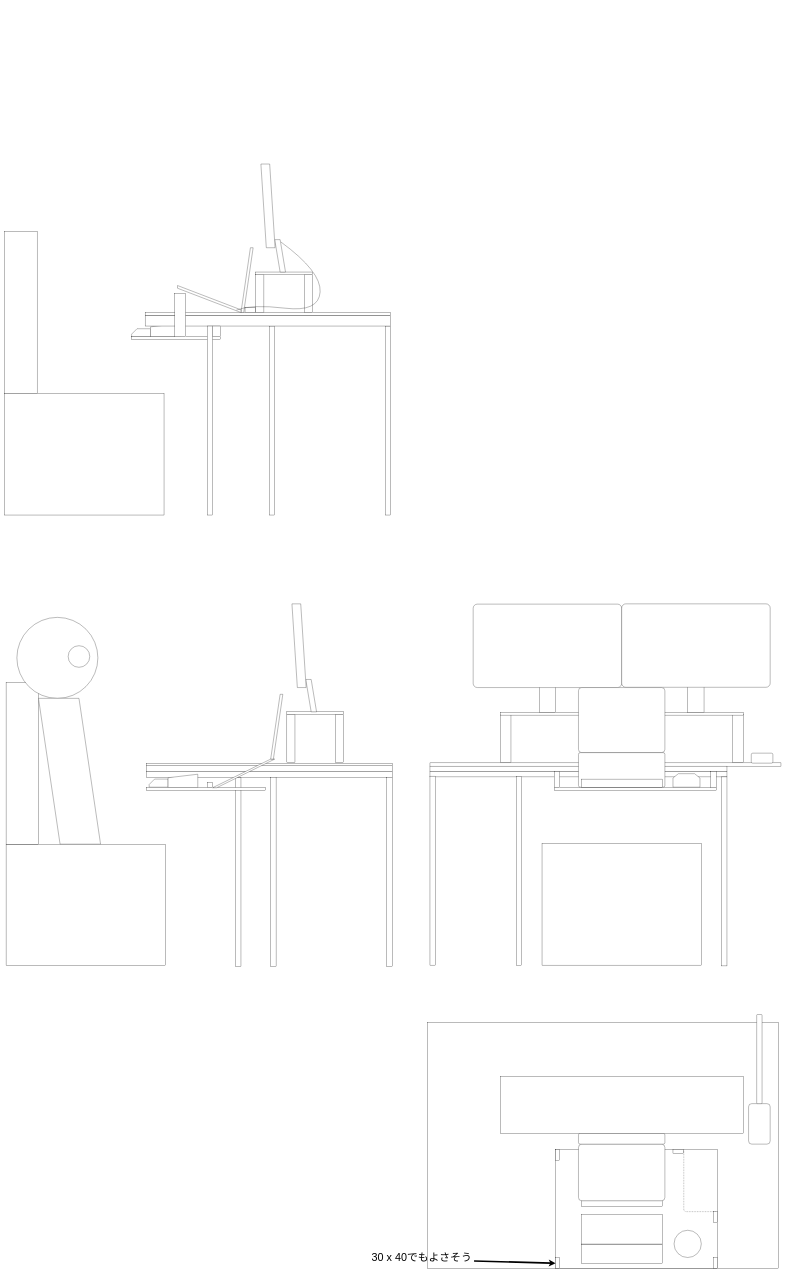
Before: table.drawio in sendo-kakeru/diy, a draw.io diagram. Source tidied: cells renumbered, new cells numbered last; positions are measured from the earlier drawing's top-left corner, leaving out a move shared by most shapes. Both pictures are drawn from the tidied source at 27%, with x=0, y=0 at pixel (5, 164).
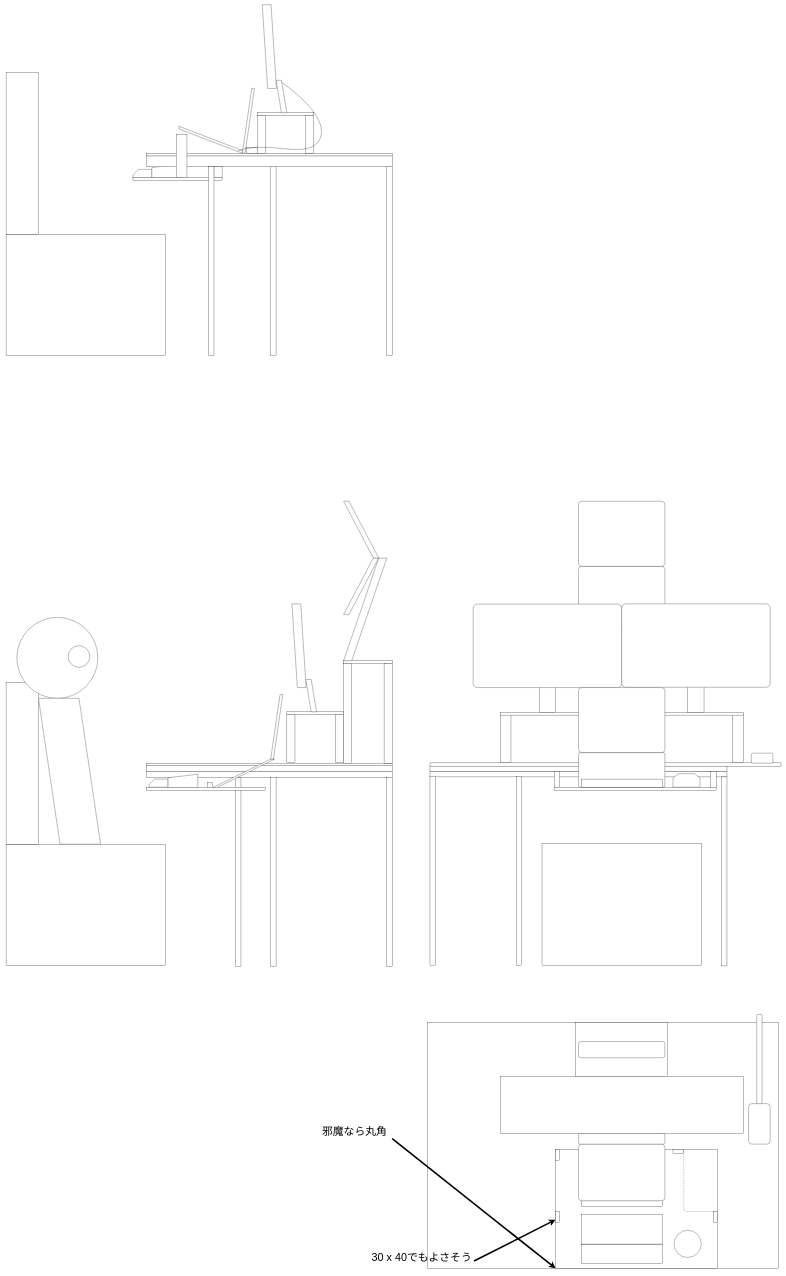
Above is the later version.

Commit message:
視聴用mac追加

The change refers to these unchanged cells:
```xml
<mxCell id="3" style="rounded=0;whiteSpace=wrap;html=1;fillColor=default;" parent="1" vertex="1">
  <mxGeometry x="2040" y="3650" width="600" height="440" as="geometry" />
</mxCell>
<mxCell id="85" value="30 x 40でもよさそう" style="text;html=1;align=center;verticalAlign=middle;points=[];strokeColor=none;fillColor=none;fontSize=40;" parent="1" vertex="1">
  <mxGeometry x="1349" y="4020" width="390" height="60" as="geometry" />
</mxCell>
```

Change to the diagram source:
```diff
@@
+    <mxCell id="86" style="rounded=1;whiteSpace=wrap;html=1;fillColor=default;spacing=2;arcSize=5;flipH=0;" parent="1" vertex="1">
+      <mxGeometry x="2125" y="1490" width="320" height="241" as="geometry" />
+    </mxCell>
@@
     <mxCell id="9" style="shape=card;whiteSpace=wrap;html=1;size=20;" parent="1" vertex="1">
-      <mxGeometry x="470" y="610" width="70" height="30" as="geometry" />
+      <mxGeometry x="475" y="20" width="70" height="30" as="geometry" />
     </mxCell>
     <mxCell id="10" style="shape=manualInput;whiteSpace=wrap;html=1;size=13;" parent="1" vertex="1">
-      <mxGeometry x="540" y="590" width="110" height="50" as="geometry" />
+      <mxGeometry x="545" width="110" height="50" as="geometry" />
     </mxCell>
     <mxCell id="11" style="rounded=0;whiteSpace=wrap;html=1;" parent="1" vertex="1">
-      <mxGeometry x="470" y="640" width="330" height="10" as="geometry" />
+      <mxGeometry x="475" y="50" width="330" height="10" as="geometry" />
     </mxCell>
     <mxCell id="12" style="rounded=0;whiteSpace=wrap;html=1;" parent="1" vertex="1">
-      <mxGeometry x="1410" y="600" width="20" height="700" as="geometry" />
+      <mxGeometry x="1415" y="10" width="20" height="700" as="geometry" />
     </mxCell>
     <mxCell id="13" style="rounded=0;whiteSpace=wrap;html=1;" parent="1" vertex="1">
-      <mxGeometry x="980" y="600" width="20" height="700" as="geometry" />
+      <mxGeometry x="985" y="10" width="20" height="700" as="geometry" />
     </mxCell>
     <mxCell id="14" style="rounded=0;whiteSpace=wrap;html=1;" parent="1" vertex="1">
-      <mxGeometry x="520" y="560" width="910" height="40" as="geometry" />
+      <mxGeometry x="525" y="-30" width="910" height="40" as="geometry" />
     </mxCell>
     <mxCell id="15" style="rounded=0;whiteSpace=wrap;html=1;" parent="1" vertex="1">
-      <mxGeometry x="520" y="550" width="910" height="10" as="geometry" />
+      <mxGeometry x="525" y="-40" width="910" height="10" as="geometry" />
     </mxCell>
     <mxCell id="16" style="rounded=0;whiteSpace=wrap;html=1;" parent="1" vertex="1">
-      <mxGeometry y="850" width="590" height="450" as="geometry" />
+      <mxGeometry x="5" y="260" width="590" height="450" as="geometry" />
     </mxCell>
     <mxCell id="17" style="rounded=0;whiteSpace=wrap;html=1;" parent="1" vertex="1">
-      <mxGeometry y="250" width="120" height="600" as="geometry" />
+      <mxGeometry x="5" y="-340" width="120" height="600" as="geometry" />
     </mxCell>
     <mxCell id="18" style="rounded=0;whiteSpace=wrap;html=1;" parent="1" vertex="1">
-      <mxGeometry x="770" y="600" width="30" height="40" as="geometry" />
+      <mxGeometry x="775" y="10" width="30" height="40" as="geometry" />
     </mxCell>
     <mxCell id="19" style="rounded=0;whiteSpace=wrap;html=1;" parent="1" vertex="1">
-      <mxGeometry x="750" y="600" width="20" height="700" as="geometry" />
+      <mxGeometry x="755" y="10" width="20" height="700" as="geometry" />
     </mxCell>
     <mxCell id="20" style="shape=parallelogram;perimeter=parallelogramPerimeter;whiteSpace=wrap;html=1;fixedSize=1;size=35;" parent="1" vertex="1">
-      <mxGeometry x="875" y="310" width="45" height="240" as="geometry" />
+      <mxGeometry x="880" y="-280" width="45" height="240" as="geometry" />
     </mxCell>
     <mxCell id="21" style="shape=parallelogram;perimeter=parallelogramPerimeter;whiteSpace=wrap;html=1;fixedSize=1;fillColor=default;direction=south;size=90;" parent="1" vertex="1">
-      <mxGeometry x="640" y="450" width="235" height="100" as="geometry" />
+      <mxGeometry x="645" y="-140" width="235" height="100" as="geometry" />
     </mxCell>
     <mxCell id="22" style="rounded=0;whiteSpace=wrap;html=1;fillColor=default;" parent="1" vertex="1">
-      <mxGeometry x="890" y="530" width="40" height="20" as="geometry" />
+      <mxGeometry x="895" y="-60" width="40" height="20" as="geometry" />
     </mxCell>
     <mxCell id="23" style="rounded=0;whiteSpace=wrap;html=1;fillColor=default;" parent="1" vertex="1">
-      <mxGeometry x="630" y="480" width="40" height="160" as="geometry" />
+      <mxGeometry x="635" y="-110" width="40" height="160" as="geometry" />
     </mxCell>
     <mxCell id="24" style="rounded=0;whiteSpace=wrap;html=1;" parent="1" vertex="1">
-      <mxGeometry x="930" y="410" width="30" height="140" as="geometry" />
+      <mxGeometry x="935" y="-180" width="30" height="140" as="geometry" />
     </mxCell>
     <mxCell id="25" style="rounded=0;whiteSpace=wrap;html=1;" parent="1" vertex="1">
-      <mxGeometry x="1110" y="410" width="30" height="140" as="geometry" />
+      <mxGeometry x="1115" y="-180" width="30" height="140" as="geometry" />
     </mxCell>
     <mxCell id="26" style="rounded=0;whiteSpace=wrap;html=1;fillColor=default;" parent="1" vertex="1">
-      <mxGeometry x="930" y="400" width="210" height="10" as="geometry" />
+      <mxGeometry x="935" y="-190" width="210" height="10" as="geometry" />
     </mxCell>
     <mxCell id="27" style="shape=parallelogram;perimeter=parallelogramPerimeter;whiteSpace=wrap;html=1;fixedSize=1;fillColor=default;flipH=1;" parent="1" vertex="1">
-      <mxGeometry x="1000" y="280" width="40" height="120" as="geometry" />
+      <mxGeometry x="1005" y="-310" width="40" height="120" as="geometry" />
     </mxCell>
     <mxCell id="28" style="shape=parallelogram;perimeter=parallelogramPerimeter;whiteSpace=wrap;html=1;fixedSize=1;fillColor=default;flipH=1;" parent="1" vertex="1">
-      <mxGeometry x="948.8" width="52.5" height="310" as="geometry" />
+      <mxGeometry x="953.8" y="-590" width="52.5" height="310" as="geometry" />
     </mxCell>
     <mxCell id="29" style="endArrow=none;html=1;entryX=0.909;entryY=0.072;entryDx=0;entryDy=0;entryPerimeter=0;curved=1;" parent="1" edge="1" target="21">
       <mxGeometry relative="1" as="geometry">
-        <mxPoint x="1023.1" y="288.9" as="sourcePoint" />
+        <mxPoint x="1028.1" y="-301.1" as="sourcePoint" />
         <Array as="points">
-          <mxPoint x="1173.1" y="398.9" />
-          <mxPoint x="1163.1" y="548.9" />
-          <mxPoint x="913.1" y="518.9" />
+          <mxPoint x="1178.1" y="-191.1" />
+          <mxPoint x="1168.1" y="-41.1" />
+          <mxPoint x="918.1" y="-71.1" />
         </Array>
       </mxGeometry>
     </mxCell>
@@
-    <mxCell id="75" style="rounded=0;whiteSpace=wrap;html=1;fillColor=default;" parent="1" vertex="1">
-      <mxGeometry x="2625" y="4050" width="15" height="40" as="geometry" />
-    </mxCell>
     <mxCell id="76" style="rounded=0;whiteSpace=wrap;html=1;fillColor=default;" parent="1" vertex="1">
-      <mxGeometry x="2040" y="4050" width="15" height="40" as="geometry" />
+      <mxGeometry x="2040" y="3880" width="15" height="40" as="geometry" />
     </mxCell>
@@
-    <mxCell id="84" style="endArrow=classic;html=1;rounded=1;strokeWidth=6;fontSize=40;jumpSize=6;exitX=0.998;exitY=0.716;exitDx=0;exitDy=0;exitPerimeter=0;" parent="1" edge="1" source="85">
-      <mxGeometry relative="1" as="geometry">
-        <mxPoint x="2040" y="4071" as="targetPoint" />
-      </mxGeometry>
+    <mxCell id="84" style="endArrow=classic;html=1;rounded=1;strokeWidth=6;fontSize=40;jumpSize=6;exitX=0.998;exitY=0.716;exitDx=0;exitDy=0;exitPerimeter=0;entryX=0;entryY=0.75;entryDx=0;entryDy=0;" parent="1" edge="1" source="85" target="76">
+      <mxGeometry relative="1" as="geometry" />
     </mxCell>
@@
+    <mxCell id="87" style="endArrow=classic;html=1;rounded=1;strokeWidth=6;fontSize=40;jumpSize=6;entryX=0;entryY=1;entryDx=0;entryDy=0;" parent="1" edge="1" target="3">
+      <mxGeometry relative="1" as="geometry">
+        <mxPoint x="1435" y="3610" as="sourcePoint" />
+      </mxGeometry>
+    </mxCell>
+    <mxCell id="88" value="邪魔なら丸角" style="text;html=1;align=center;verticalAlign=middle;strokeColor=none;fillColor=none;fontSize=40;" parent="1" vertex="1">
+      <mxGeometry x="1165" y="3550" width="260" height="60" as="geometry" />
+    </mxCell>
+    <mxCell id="89" style="rounded=0;whiteSpace=wrap;html=1;fontSize=40;fillColor=default;" parent="1" vertex="1">
+      <mxGeometry x="1255" y="1840" width="180" height="10" as="geometry" />
+    </mxCell>
+    <mxCell id="90" style="shape=parallelogram;perimeter=parallelogramPerimeter;whiteSpace=wrap;html=1;fixedSize=1;fontSize=40;fillColor=default;size=110;" parent="1" vertex="1">
+      <mxGeometry x="1255" y="1459" width="130" height="210" as="geometry" />
+    </mxCell>
+    <mxCell id="91" style="shape=parallelogram;perimeter=parallelogramPerimeter;whiteSpace=wrap;html=1;fixedSize=1;fontSize=40;fillColor=default;size=110;flipH=1;" parent="1" vertex="1">
+      <mxGeometry x="1255" y="1249" width="130" height="210" as="geometry" />
+    </mxCell>
+    <mxCell id="92" style="rounded=0;whiteSpace=wrap;html=1;" parent="1" vertex="1">
+      <mxGeometry x="1255" y="1850" width="30" height="370" as="geometry" />
+    </mxCell>
+    <mxCell id="93" style="rounded=0;whiteSpace=wrap;html=1;" parent="1" vertex="1">
+      <mxGeometry x="1405" y="1850" width="30" height="369" as="geometry" />
+    </mxCell>
+    <mxCell id="94" style="rounded=1;whiteSpace=wrap;html=1;fillColor=default;spacing=2;arcSize=5;flipH=0;" parent="1" vertex="1">
+      <mxGeometry x="2125" y="1249" width="320" height="241" as="geometry" />
+    </mxCell>
+    <mxCell id="95" style="rounded=0;whiteSpace=wrap;html=1;fontSize=40;fillColor=default;" parent="1" vertex="1">
+      <mxGeometry x="2115" y="3180" width="340" height="200" as="geometry" />
+    </mxCell>
+    <mxCell id="96" style="rounded=1;whiteSpace=wrap;html=1;fontSize=40;fillColor=default;" parent="1" vertex="1">
+      <mxGeometry x="2125" y="3250" width="320" height="60" as="geometry" />
+    </mxCell>
+    <mxCell id="97" style="shape=parallelogram;perimeter=parallelogramPerimeter;whiteSpace=wrap;html=1;fixedSize=1;fontSize=40;fillColor=default;size=130;" parent="1" vertex="1">
+      <mxGeometry x="1255" y="1460" width="160" height="380" as="geometry" />
+    </mxCell>
```
